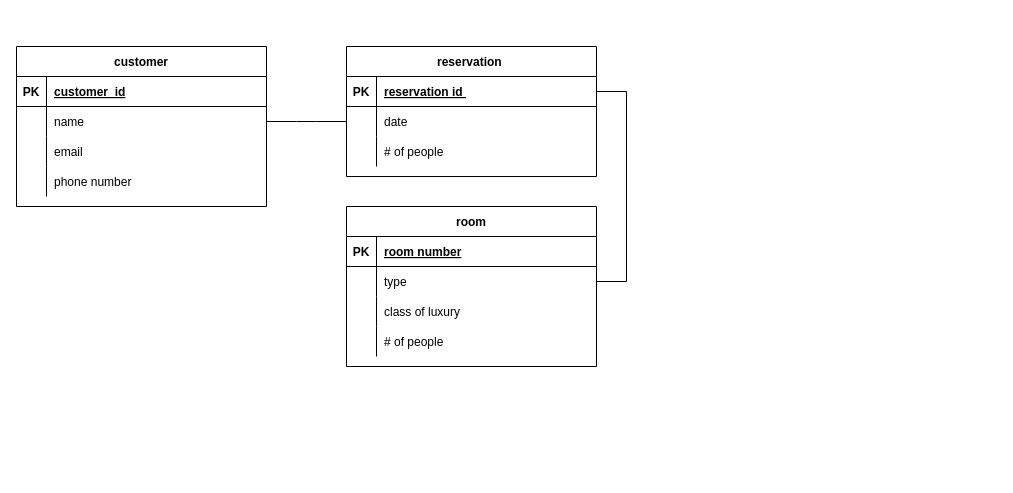
Before: ide_er.drawio in pomjak/ids, a draw.io diagram. Source tidied: cells renumbered, new cells numbered last; positions are measured from the earlier drawing's top-left corner, leaving out a move shared by most shapes. Both pictures are drawn from the tidied source at 100%, with x=0, y=0 at pixel (16, 46).
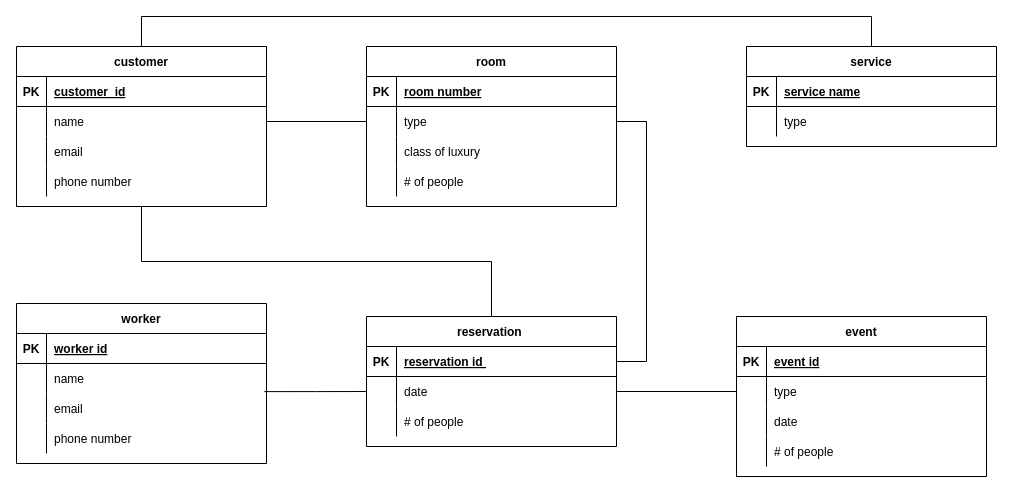
The same diagram, later.

Unchanged cells that the change refers to:
```xml
<mxCell id="8" style="shape=partialRectangle;fillColor=none;points=[[0,0.5],[1,0.5]];portConstraint=eastwest;top=0;left=0;right=0;bottom=0;" parent="4" vertex="1">
  <mxGeometry y="60" width="250" height="30" as="geometry" />
</mxCell>
<mxCell id="18" style="shape=partialRectangle;fillColor=none;points=[[0,0.5],[1,0.5]];portConstraint=eastwest;top=0;left=0;right=0;bottom=0;" parent="14" vertex="1">
  <mxGeometry y="60" width="250" height="30" as="geometry" />
</mxCell>
<mxCell id="27" value="customer" style="shape=table;startSize=30;childLayout=tableLayout;rowLines=0;fontStyle=1;align=center;" parent="1" vertex="1">
  <mxGeometry width="250" height="160" as="geometry" />
</mxCell>
<mxCell id="31" style="shape=partialRectangle;fillColor=none;points=[[0,0.5],[1,0.5]];portConstraint=eastwest;top=0;left=0;right=0;bottom=0;" parent="27" vertex="1">
  <mxGeometry y="60" width="250" height="30" as="geometry" />
</mxCell>
```

What changed in the source:
```diff
@@
-    <mxCell id="2" style="edgeStyle=entityRelationEdgeStyle;endArrow=none;startArrow=none;endFill=0;startFill=0;rounded=0;exitX=1;exitY=0.5;exitDx=0;exitDy=0;" parent="1" edge="1" source="31" target="8">
-      <mxGeometry relative="1" as="geometry" />
-    </mxCell>
@@
     <mxCell id="4" value="reservation " style="shape=table;startSize=30;childLayout=tableLayout;rowLines=0;fontStyle=1;align=center;" parent="1" vertex="1">
-      <mxGeometry x="330" width="250" height="130" as="geometry" />
+      <mxGeometry x="350" y="270" width="250" height="130" as="geometry" />
     </mxCell>
@@
     <mxCell id="14" value="room" style="shape=table;startSize=30;childLayout=tableLayout;rowLines=0;fontStyle=1;align=center;" parent="1" vertex="1">
-      <mxGeometry x="330" y="160" width="250" height="160" as="geometry" />
+      <mxGeometry x="350" width="250" height="160" as="geometry" />
     </mxCell>
@@
+    <mxCell id="40" style="edgeStyle=orthogonalEdgeStyle;rounded=0;jettySize=auto;html=1;exitX=0.5;exitY=1;exitDx=0;exitDy=0;entryX=0.5;entryY=0;entryDx=0;entryDy=0;endArrow=none;endFill=0;" parent="1" edge="1" source="27" target="4">
+      <mxGeometry relative="1" as="geometry" />
+    </mxCell>
+    <mxCell id="41" style="edgeStyle=orthogonalEdgeStyle;rounded=0;jettySize=auto;html=1;exitX=0.5;exitY=0;exitDx=0;exitDy=0;entryX=0.5;entryY=0;entryDx=0;entryDy=0;endArrow=none;endFill=0;" parent="1" edge="1" source="27" target="70">
+      <mxGeometry relative="1" as="geometry">
+        <Array as="points">
+          <mxPoint x="125" y="-30" />
+          <mxPoint x="855" y="-30" />
+        </Array>
+      </mxGeometry>
+    </mxCell>
@@
+    <mxCell id="42" value="worker" style="shape=table;startSize=30;childLayout=tableLayout;rowLines=0;fontStyle=1;align=center;" parent="1" vertex="1">
+      <mxGeometry y="257" width="250" height="160" as="geometry" />
+    </mxCell>
+    <mxCell id="43" style="shape=partialRectangle;fillColor=none;top=0;left=0;right=0;bottom=1;" parent="42" vertex="1">
+      <mxGeometry y="30" width="250" height="30" as="geometry" />
+    </mxCell>
+    <mxCell id="44" value="PK" style="shape=partialRectangle;overflow=hidden;fillColor=none;top=0;left=0;bottom=0;right=0;fontStyle=1;" parent="43" vertex="1">
+      <mxGeometry width="30" height="30" as="geometry" />
+    </mxCell>
+    <mxCell id="45" value="worker id" style="shape=partialRectangle;overflow=hidden;fillColor=none;top=0;left=0;bottom=0;right=0;align=left;spacingLeft=6;fontStyle=5;" parent="43" vertex="1">
+      <mxGeometry x="30" width="220" height="30" as="geometry" />
+    </mxCell>
+    <mxCell id="46" style="shape=partialRectangle;fillColor=none;top=0;left=0;right=0;bottom=0;" parent="42" vertex="1">
+      <mxGeometry y="60" width="250" height="30" as="geometry" />
+    </mxCell>
+    <mxCell id="47" style="shape=partialRectangle;overflow=hidden;fillColor=none;top=0;left=0;bottom=0;right=0;" parent="46" vertex="1">
+      <mxGeometry width="30" height="30" as="geometry" />
+    </mxCell>
+    <mxCell id="48" value="name" style="shape=partialRectangle;overflow=hidden;fillColor=none;top=0;left=0;bottom=0;right=0;align=left;spacingLeft=6;" parent="46" vertex="1">
+      <mxGeometry x="30" width="220" height="30" as="geometry" />
+    </mxCell>
+    <mxCell id="49" style="shape=partialRectangle;fillColor=none;points=[[0,0.5],[1,0.5]];portConstraint=eastwest;top=0;left=0;right=0;bottom=0;" parent="42" vertex="1">
+      <mxGeometry y="90" width="250" height="30" as="geometry" />
+    </mxCell>
+    <mxCell id="50" style="shape=partialRectangle;overflow=hidden;fillColor=none;top=0;left=0;bottom=0;right=0;" parent="49" vertex="1">
+      <mxGeometry width="30" height="30" as="geometry" />
+    </mxCell>
+    <mxCell id="51" value="email" style="shape=partialRectangle;overflow=hidden;fillColor=none;top=0;left=0;bottom=0;right=0;align=left;spacingLeft=6;" parent="49" vertex="1">
+      <mxGeometry x="30" width="220" height="30" as="geometry" />
+    </mxCell>
+    <mxCell id="52" style="shape=partialRectangle;fillColor=none;top=0;left=0;right=0;bottom=0;" parent="42" vertex="1">
+      <mxGeometry y="120" width="250" height="30" as="geometry" />
+    </mxCell>
+    <mxCell id="53" style="shape=partialRectangle;overflow=hidden;fillColor=none;top=0;left=0;bottom=0;right=0;" parent="52" vertex="1">
+      <mxGeometry width="30" height="30" as="geometry" />
+    </mxCell>
+    <mxCell id="54" value="phone number" style="shape=partialRectangle;overflow=hidden;fillColor=none;top=0;left=0;bottom=0;right=0;align=left;spacingLeft=6;" parent="52" vertex="1">
+      <mxGeometry x="30" width="220" height="30" as="geometry" />
+    </mxCell>
+    <mxCell id="55" value="event" style="shape=table;startSize=30;childLayout=tableLayout;rowLines=0;fontStyle=1;align=center;" parent="1" vertex="1">
+      <mxGeometry x="720" y="270" width="250" height="160" as="geometry" />
+    </mxCell>
+    <mxCell id="56" style="shape=partialRectangle;fillColor=none;top=0;left=0;right=0;bottom=1;" parent="55" vertex="1">
+      <mxGeometry y="30" width="250" height="30" as="geometry" />
+    </mxCell>
+    <mxCell id="57" value="PK" style="shape=partialRectangle;overflow=hidden;fillColor=none;top=0;left=0;bottom=0;right=0;fontStyle=1;" parent="56" vertex="1">
+      <mxGeometry width="30" height="30" as="geometry" />
+    </mxCell>
+    <mxCell id="58" value="event id" style="shape=partialRectangle;overflow=hidden;fillColor=none;top=0;left=0;bottom=0;right=0;align=left;spacingLeft=6;fontStyle=5;" parent="56" vertex="1">
+      <mxGeometry x="30" width="220" height="30" as="geometry" />
+    </mxCell>
+    <mxCell id="59" style="shape=partialRectangle;fillColor=none;points=[[0,0.5],[1,0.5]];portConstraint=eastwest;top=0;left=0;right=0;bottom=0;" parent="55" vertex="1">
+      <mxGeometry y="60" width="250" height="30" as="geometry" />
+    </mxCell>
+    <mxCell id="60" style="shape=partialRectangle;overflow=hidden;fillColor=none;top=0;left=0;bottom=0;right=0;" parent="59" vertex="1">
+      <mxGeometry width="30" height="30" as="geometry" />
+    </mxCell>
+    <mxCell id="61" value="type" style="shape=partialRectangle;overflow=hidden;fillColor=none;top=0;left=0;bottom=0;right=0;align=left;spacingLeft=6;" parent="59" vertex="1">
+      <mxGeometry x="30" width="220" height="30" as="geometry" />
+    </mxCell>
+    <mxCell id="62" style="shape=partialRectangle;fillColor=none;top=0;left=0;right=0;bottom=0;" parent="55" vertex="1">
+      <mxGeometry y="90" width="250" height="30" as="geometry" />
+    </mxCell>
+    <mxCell id="63" style="shape=partialRectangle;overflow=hidden;fillColor=none;top=0;left=0;bottom=0;right=0;" parent="62" vertex="1">
+      <mxGeometry width="30" height="30" as="geometry" />
+    </mxCell>
+    <mxCell id="64" value="date" style="shape=partialRectangle;overflow=hidden;fillColor=none;top=0;left=0;bottom=0;right=0;align=left;spacingLeft=6;" parent="62" vertex="1">
+      <mxGeometry x="30" width="220" height="30" as="geometry" />
+    </mxCell>
+    <mxCell id="65" style="shape=partialRectangle;fillColor=none;top=0;left=0;right=0;bottom=0;" parent="55" vertex="1">
+      <mxGeometry y="120" width="250" height="30" as="geometry" />
+    </mxCell>
+    <mxCell id="66" style="shape=partialRectangle;overflow=hidden;fillColor=none;top=0;left=0;bottom=0;right=0;" parent="65" vertex="1">
+      <mxGeometry width="30" height="30" as="geometry" />
+    </mxCell>
+    <mxCell id="67" value="# of people " style="shape=partialRectangle;overflow=hidden;fillColor=none;top=0;left=0;bottom=0;right=0;align=left;spacingLeft=6;" parent="65" vertex="1">
+      <mxGeometry x="30" width="220" height="30" as="geometry" />
+    </mxCell>
+    <mxCell id="68" style="edgeStyle=orthogonalEdgeStyle;rounded=0;jettySize=auto;html=1;exitX=1;exitY=0.5;exitDx=0;exitDy=0;entryX=0;entryY=0.5;entryDx=0;entryDy=0;endArrow=none;endFill=0;" parent="1" edge="1" source="31" target="18">
+      <mxGeometry relative="1" as="geometry" />
+    </mxCell>
+    <mxCell id="69" style="edgeStyle=orthogonalEdgeStyle;rounded=0;jettySize=auto;html=1;exitX=0.991;exitY=-0.063;exitDx=0;exitDy=0;entryX=0;entryY=0.5;entryDx=0;entryDy=0;endArrow=none;endFill=0;exitPerimeter=0;" parent="1" edge="1" source="49" target="8">
+      <mxGeometry relative="1" as="geometry" />
+    </mxCell>
+    <mxCell id="70" value="service" style="shape=table;startSize=30;childLayout=tableLayout;rowLines=0;fontStyle=1;align=center;" parent="1" vertex="1">
+      <mxGeometry x="730" width="250" height="100" as="geometry" />
+    </mxCell>
+    <mxCell id="71" style="shape=partialRectangle;fillColor=none;top=0;left=0;right=0;bottom=1;" parent="70" vertex="1">
+      <mxGeometry y="30" width="250" height="30" as="geometry" />
+    </mxCell>
+    <mxCell id="72" value="PK" style="shape=partialRectangle;overflow=hidden;fillColor=none;top=0;left=0;bottom=0;right=0;fontStyle=1;" parent="71" vertex="1">
+      <mxGeometry width="30" height="30" as="geometry" />
+    </mxCell>
+    <mxCell id="73" value="service name" style="shape=partialRectangle;overflow=hidden;fillColor=none;top=0;left=0;bottom=0;right=0;align=left;spacingLeft=6;fontStyle=5;" parent="71" vertex="1">
+      <mxGeometry x="30" width="220" height="30" as="geometry" />
+    </mxCell>
+    <mxCell id="74" style="shape=partialRectangle;fillColor=none;top=0;left=0;right=0;bottom=0;" parent="70" vertex="1">
+      <mxGeometry y="60" width="250" height="30" as="geometry" />
+    </mxCell>
+    <mxCell id="75" style="shape=partialRectangle;overflow=hidden;fillColor=none;top=0;left=0;bottom=0;right=0;" parent="74" vertex="1">
+      <mxGeometry width="30" height="30" as="geometry" />
+    </mxCell>
+    <mxCell id="76" value="type" style="shape=partialRectangle;overflow=hidden;fillColor=none;top=0;left=0;bottom=0;right=0;align=left;spacingLeft=6;" parent="74" vertex="1">
+      <mxGeometry x="30" width="220" height="30" as="geometry" />
+    </mxCell>
+    <mxCell id="77" style="edgeStyle=orthogonalEdgeStyle;rounded=0;jettySize=auto;html=1;exitX=0;exitY=0.5;exitDx=0;exitDy=0;entryX=1;entryY=0.5;entryDx=0;entryDy=0;endArrow=none;endFill=0;" parent="1" edge="1" source="59" target="8">
+      <mxGeometry relative="1" as="geometry" />
+    </mxCell>
```
